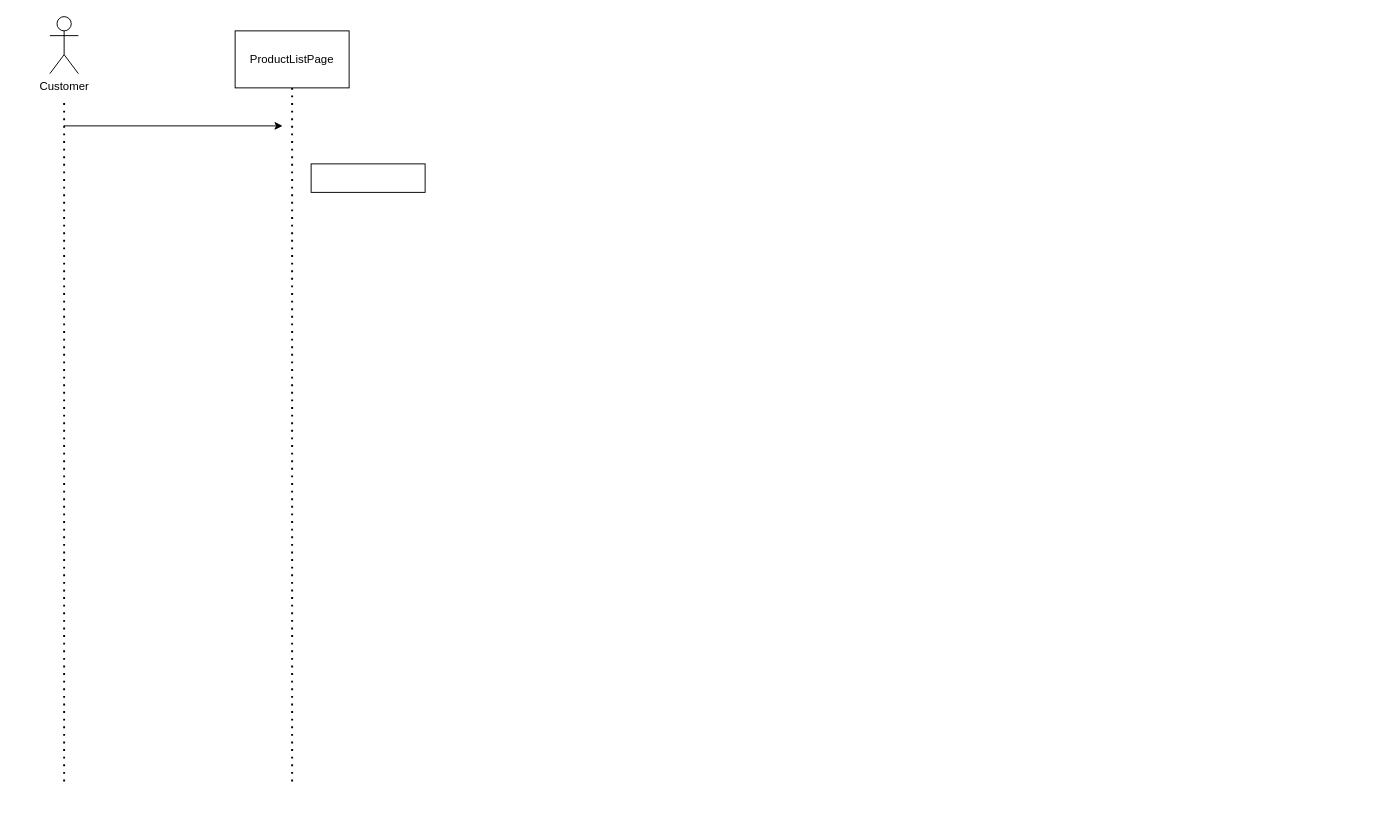
Earlier version of the draw.io diagram document/SDS/3.Function_Add_To_Cart/Sequence_Diagram/Add_To_Cart_Sequence_Diagram.drawio (QuocZuong/perfume-store). Source tidied: cells renumbered, new cells numbered last; positions are measured from the earlier drawing's top-left corner, leaving out a move shared by most shapes. Both pictures are drawn from the tidied source at 95%, with x=0, y=0 at pixel (49, 16).
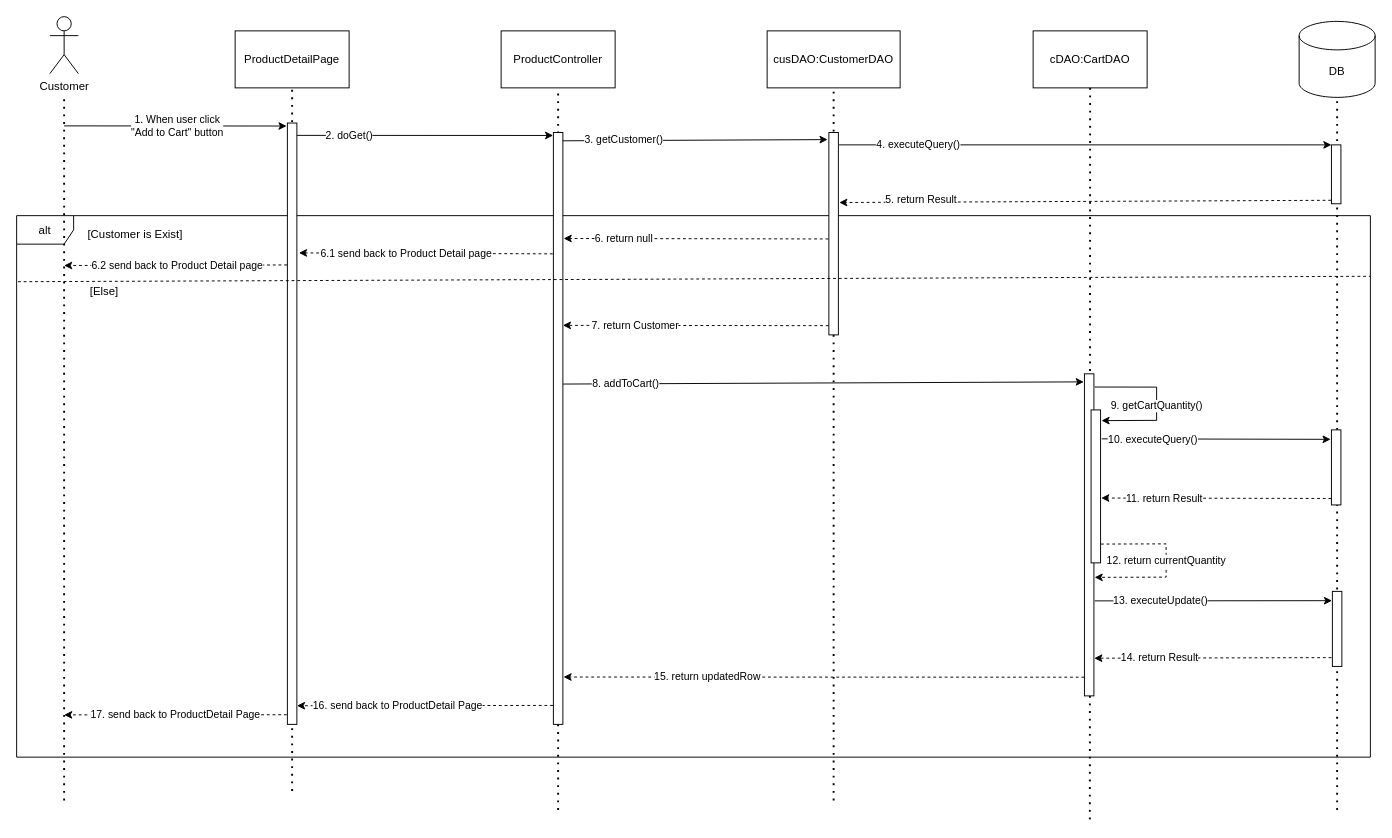
The same page after the edit.

Commit message (it also covers changes not shown here):
Completed add to cart function

Diff of the diagram source:
```diff
@@
+    <mxCell id="8" value="alt" style="shape=umlFrame;whiteSpace=wrap;html=1;" parent="1" vertex="1">
+      <mxGeometry x="-35" y="209.5" width="1425" height="570" as="geometry" />
+    </mxCell>
@@
     <mxCell id="3" style="endArrow=none;dashed=1;html=1;dashPattern=1 3;strokeWidth=2;" parent="1" edge="1">
       <mxGeometry relative="1" as="geometry">
-        <mxPoint x="15" y="805" as="sourcePoint" />
+        <mxPoint x="15" y="825" as="sourcePoint" />
         <mxPoint x="15" y="85" as="targetPoint" />
       </mxGeometry>
     </mxCell>
-    <mxCell id="4" value="ProductListPage" style="rounded=0;whiteSpace=wrap;html=1;" parent="1" vertex="1">
+    <mxCell id="4" value="ProductDetailPage" style="rounded=0;whiteSpace=wrap;html=1;" parent="1" vertex="1">
       <mxGeometry x="195" y="15" width="120" height="60" as="geometry" />
     </mxCell>
     <mxCell id="5" style="endArrow=none;dashed=1;html=1;dashPattern=1 3;strokeWidth=2;entryX=0.5;entryY=1;entryDx=0;entryDy=0;" parent="1" edge="1" target="4">
       <mxGeometry relative="1" as="geometry">
-        <mxPoint x="255" y="805" as="sourcePoint" />
+        <mxPoint x="255" y="815" as="sourcePoint" />
       </mxGeometry>
     </mxCell>
-    <mxCell id="6" style="endArrow=classic;html=1;" parent="1" edge="1">
-      <mxGeometry relative="1" as="geometry">
+    <mxCell id="6" value="1. When user click &lt;br&gt;&quot;Add to Cart&quot; button" style="endArrow=classic;html=1;entryX=-0.081;entryY=0.005;entryDx=0;entryDy=0;entryPerimeter=0;" parent="1" edge="1" target="12">
+      <mxGeometry x="0.02" relative="1" as="geometry">
         <mxPoint x="15" y="115" as="sourcePoint" />
-        <mxPoint x="245" y="115" as="targetPoint" />
       </mxGeometry>
     </mxCell>
-    <mxCell id="7" style="rounded=0;whiteSpace=wrap;html=1;" parent="1" vertex="1">
-      <mxGeometry x="275" y="155" width="120" height="30" as="geometry" />
+    <mxCell id="7" value="ProductController" style="rounded=0;whiteSpace=wrap;html=1;" parent="1" vertex="1">
+      <mxGeometry x="475" y="15" width="120" height="60" as="geometry" />
     </mxCell>
+    <mxCell id="9" value="cusDAO:CustomerDAO" style="rounded=0;whiteSpace=wrap;html=1;" parent="1" vertex="1">
+      <mxGeometry x="755" y="15" width="140" height="60" as="geometry" />
+    </mxCell>
+    <mxCell id="10" value="cDAO:CartDAO" style="rounded=0;whiteSpace=wrap;html=1;" parent="1" vertex="1">
+      <mxGeometry x="1035" y="15" width="120" height="60" as="geometry" />
+    </mxCell>
+    <mxCell id="11" value="DB" style="shape=cylinder3;whiteSpace=wrap;html=1;boundedLbl=1;backgroundOutline=1;size=15;" parent="1" vertex="1">
+      <mxGeometry x="1315" y="5" width="80" height="80" as="geometry" />
+    </mxCell>
+    <mxCell id="12" style="rounded=0;whiteSpace=wrap;html=1;" parent="1" vertex="1">
+      <mxGeometry x="250" y="112" width="10" height="633" as="geometry" />
+    </mxCell>
+    <mxCell id="13" style="endArrow=none;dashed=1;html=1;dashPattern=1 3;strokeWidth=2;entryX=0.5;entryY=1;entryDx=0;entryDy=0;" parent="1" edge="1" target="7">
+      <mxGeometry relative="1" as="geometry">
+        <mxPoint x="535" y="835" as="sourcePoint" />
+      </mxGeometry>
+    </mxCell>
+    <mxCell id="14" style="endArrow=none;dashed=1;html=1;dashPattern=1 3;strokeWidth=2;entryX=0.5;entryY=1;entryDx=0;entryDy=0;" parent="1" edge="1" target="9">
+      <mxGeometry relative="1" as="geometry">
+        <mxPoint x="825" y="825" as="sourcePoint" />
+      </mxGeometry>
+    </mxCell>
+    <mxCell id="15" style="endArrow=none;dashed=1;html=1;dashPattern=1 3;strokeWidth=2;entryX=0.5;entryY=1;entryDx=0;entryDy=0;" parent="1" edge="1" target="10">
+      <mxGeometry relative="1" as="geometry">
+        <mxPoint x="1094.7" y="845" as="sourcePoint" />
+      </mxGeometry>
+    </mxCell>
+    <mxCell id="16" style="endArrow=none;dashed=1;html=1;dashPattern=1 3;strokeWidth=2;entryX=0.5;entryY=1;entryDx=0;entryDy=0;entryPerimeter=0;" parent="1" edge="1" target="11">
+      <mxGeometry relative="1" as="geometry">
+        <mxPoint x="1355" y="835" as="sourcePoint" />
+      </mxGeometry>
+    </mxCell>
+    <mxCell id="17" style="rounded=0;whiteSpace=wrap;html=1;" parent="1" vertex="1">
+      <mxGeometry x="530" y="122" width="10" height="623" as="geometry" />
+    </mxCell>
+    <mxCell id="18" value="2. doGet()" style="endArrow=classic;html=1;entryX=-0.023;entryY=0.005;entryDx=0;entryDy=0;entryPerimeter=0;" parent="1" edge="1" target="17">
+      <mxGeometry x="-0.59" relative="1" as="geometry">
+        <mxPoint x="260" y="125" as="sourcePoint" />
+      </mxGeometry>
+    </mxCell>
+    <mxCell id="19" style="rounded=0;whiteSpace=wrap;html=1;" parent="1" vertex="1">
+      <mxGeometry x="820" y="122" width="10" height="213" as="geometry" />
+    </mxCell>
+    <mxCell id="20" value="3. getCustomer()" style="endArrow=classic;html=1;exitX=0.982;exitY=0.014;exitDx=0;exitDy=0;exitPerimeter=0;entryX=-0.135;entryY=0.035;entryDx=0;entryDy=0;entryPerimeter=0;" parent="1" edge="1" source="17" target="19">
+      <mxGeometry x="-0.54" relative="1" as="geometry" />
+    </mxCell>
+    <mxCell id="21" style="rounded=0;whiteSpace=wrap;html=1;" parent="1" vertex="1">
+      <mxGeometry x="1349" y="135" width="10" height="62" as="geometry" />
+    </mxCell>
+    <mxCell id="22" value="4. executeQuery()" style="endArrow=classic;html=1;entryX=0;entryY=0;entryDx=0;entryDy=0;exitX=1.078;exitY=0.061;exitDx=0;exitDy=0;exitPerimeter=0;" parent="1" edge="1" source="19" target="21">
+      <mxGeometry x="-0.68" relative="1" as="geometry" />
+    </mxCell>
+    <mxCell id="23" value="5. return Result" style="endArrow=classic;html=1;exitX=-0.026;exitY=0.941;exitDx=0;exitDy=0;exitPerimeter=0;dashed=1;entryX=1.089;entryY=0.346;entryDx=0;entryDy=0;entryPerimeter=0;" parent="1" edge="1" source="21" target="19">
+      <mxGeometry x="0.67" y="-2" relative="1" as="geometry" />
+    </mxCell>
+    <mxCell id="24" value="6. return null" style="endArrow=classic;html=1;exitX=-0.056;exitY=0.526;exitDx=0;exitDy=0;exitPerimeter=0;dashed=1;entryX=1.078;entryY=0.179;entryDx=0;entryDy=0;entryPerimeter=0;" parent="1" edge="1" source="19" target="17">
+      <mxGeometry x="0.54" relative="1" as="geometry" />
+    </mxCell>
+    <mxCell id="25" value="6.1 send back to Product Detail page" style="endArrow=classic;html=1;exitX=-0.067;exitY=0.205;exitDx=0;exitDy=0;exitPerimeter=0;dashed=1;entryX=1.22;entryY=0.216;entryDx=0;entryDy=0;entryPerimeter=0;" parent="1" edge="1" source="17" target="12">
+      <mxGeometry x="0.15" relative="1" as="geometry" />
+    </mxCell>
+    <mxCell id="26" value="6.2 send back to Product Detail page" style="endArrow=classic;html=1;exitX=-0.033;exitY=0.236;exitDx=0;exitDy=0;exitPerimeter=0;dashed=1;" parent="1" edge="1" source="12">
+      <mxGeometry x="-0.02" relative="1" as="geometry">
+        <mxPoint x="15" y="262" as="targetPoint" />
+        <mxPoint x="-1" as="offset" />
+      </mxGeometry>
+    </mxCell>
+    <mxCell id="27" value="7. return Customer" style="endArrow=classic;html=1;exitX=-0.02;exitY=0.423;exitDx=0;exitDy=0;exitPerimeter=0;dashed=1;entryX=1.005;entryY=0.73;entryDx=0;entryDy=0;entryPerimeter=0;" parent="1" edge="1">
+      <mxGeometry x="0.46" relative="1" as="geometry">
+        <mxPoint x="819.8" y="325.3" as="sourcePoint" />
+        <mxPoint x="540" y="325" as="targetPoint" />
+      </mxGeometry>
+    </mxCell>
+    <mxCell id="28" value="8. addToCart()" style="endArrow=classic;html=1;exitX=1.028;exitY=0.425;exitDx=0;exitDy=0;exitPerimeter=0;entryX=-0.067;entryY=0.025;entryDx=0;entryDy=0;entryPerimeter=0;" parent="1" edge="1" source="17" target="29">
+      <mxGeometry x="-0.76" relative="1" as="geometry" />
+    </mxCell>
+    <mxCell id="29" style="rounded=0;whiteSpace=wrap;html=1;" parent="1" vertex="1">
+      <mxGeometry x="1089" y="376" width="10" height="339" as="geometry" />
+    </mxCell>
+    <mxCell id="30" style="rounded=0;whiteSpace=wrap;html=1;" parent="1" vertex="1">
+      <mxGeometry x="1096" y="414" width="10" height="161" as="geometry" />
+    </mxCell>
+    <mxCell id="31" value="9. getCartQuantity()" style="endArrow=classic;html=1;rounded=0;exitX=1.081;exitY=0.041;exitDx=0;exitDy=0;exitPerimeter=0;entryX=1.096;entryY=0.07;entryDx=0;entryDy=0;entryPerimeter=0;" parent="1" edge="1" source="29" target="30">
+      <mxGeometry x="0.07" relative="1" as="geometry">
+        <Array as="points">
+          <mxPoint x="1165" y="390" />
+          <mxPoint x="1165" y="425" />
+        </Array>
+      </mxGeometry>
+    </mxCell>
+    <mxCell id="32" style="rounded=0;whiteSpace=wrap;html=1;" parent="1" vertex="1">
+      <mxGeometry x="1349" y="435" width="10" height="79" as="geometry" />
+    </mxCell>
+    <mxCell id="33" value="10. executeQuery()" style="endArrow=classic;html=1;exitX=1.126;exitY=0.189;exitDx=0;exitDy=0;exitPerimeter=0;entryX=-0.085;entryY=0.126;entryDx=0;entryDy=0;entryPerimeter=0;" parent="1" edge="1" source="30" target="32">
+      <mxGeometry x="-0.55" relative="1" as="geometry" />
+    </mxCell>
+    <mxCell id="34" value="11. return Result" style="endArrow=classic;html=1;dashed=1;entryX=1.069;entryY=0.576;entryDx=0;entryDy=0;entryPerimeter=0;exitX=-0.005;exitY=0.914;exitDx=0;exitDy=0;exitPerimeter=0;" parent="1" edge="1" source="32" target="30">
+      <mxGeometry x="0.45" relative="1" as="geometry" />
+    </mxCell>
+    <mxCell id="35" value="12. return currentQuantity" style="endArrow=classic;html=1;rounded=0;dashed=1;exitX=1.039;exitY=0.877;exitDx=0;exitDy=0;exitPerimeter=0;entryX=1.073;entryY=0.632;entryDx=0;entryDy=0;entryPerimeter=0;" parent="1" edge="1" source="30" target="29">
+      <mxGeometry x="-0.03" relative="1" as="geometry">
+        <Array as="points">
+          <mxPoint x="1175" y="555" />
+          <mxPoint x="1175" y="590" />
+        </Array>
+      </mxGeometry>
+    </mxCell>
+    <mxCell id="36" value="13. executeUpdate()" style="endArrow=classic;html=1;exitX=1.084;exitY=0.705;exitDx=0;exitDy=0;exitPerimeter=0;entryX=-0.039;entryY=0.124;entryDx=0;entryDy=0;entryPerimeter=0;" parent="1" edge="1" source="29" target="37">
+      <mxGeometry x="-0.45" relative="1" as="geometry" />
+    </mxCell>
+    <mxCell id="37" style="rounded=0;whiteSpace=wrap;html=1;" parent="1" vertex="1">
+      <mxGeometry x="1350" y="605" width="10" height="79" as="geometry" />
+    </mxCell>
+    <mxCell id="38" value="14. return Result" style="endArrow=classic;html=1;dashed=1;exitX=-0.095;exitY=0.883;exitDx=0;exitDy=0;exitPerimeter=0;entryX=1.033;entryY=0.883;entryDx=0;entryDy=0;entryPerimeter=0;" parent="1" edge="1" source="37" target="29">
+      <mxGeometry x="0.45" relative="1" as="geometry" />
+    </mxCell>
+    <mxCell id="39" value="15. return updatedRow" style="endArrow=classic;html=1;dashed=1;exitX=-0.011;exitY=0.942;exitDx=0;exitDy=0;exitPerimeter=0;entryX=1.067;entryY=0.92;entryDx=0;entryDy=0;entryPerimeter=0;" parent="1" edge="1" source="29" target="17">
+      <mxGeometry x="0.45" relative="1" as="geometry" />
+    </mxCell>
+    <mxCell id="40" value="16. send back to ProductDetail Page" style="endArrow=classic;html=1;dashed=1;exitX=-0.038;exitY=0.968;exitDx=0;exitDy=0;exitPerimeter=0;entryX=1.012;entryY=0.969;entryDx=0;entryDy=0;entryPerimeter=0;" parent="1" edge="1" source="17" target="12">
+      <mxGeometry x="0.22" relative="1" as="geometry" />
+    </mxCell>
+    <mxCell id="41" value="17. send back to ProductDetail Page" style="endArrow=classic;html=1;dashed=1;exitX=-0.062;exitY=0.984;exitDx=0;exitDy=0;exitPerimeter=0;" parent="1" edge="1" source="12">
+      <mxGeometry relative="1" as="geometry">
+        <mxPoint x="15" y="735" as="targetPoint" />
+      </mxGeometry>
+    </mxCell>
+    <mxCell id="42" value="[Customer is Exist]" style="text;html=1;strokeColor=none;fillColor=none;align=center;verticalAlign=middle;whiteSpace=wrap;rounded=0;" parent="1" vertex="1">
+      <mxGeometry x="30" y="213.5" width="120" height="30" as="geometry" />
+    </mxCell>
+    <mxCell id="43" value="[Else]" style="text;html=1;strokeColor=none;fillColor=none;align=center;verticalAlign=middle;whiteSpace=wrap;rounded=0;" parent="1" vertex="1">
+      <mxGeometry x="30" y="275" width="55" height="30" as="geometry" />
+    </mxCell>
+    <mxCell id="44" style="endArrow=none;dashed=1;html=1;rounded=0;exitX=0.001;exitY=0.122;exitDx=0;exitDy=0;exitPerimeter=0;entryX=1;entryY=0.112;entryDx=0;entryDy=0;entryPerimeter=0;" parent="1" edge="1" source="8" target="8">
+      <mxGeometry relative="1" as="geometry" />
+    </mxCell>
```
